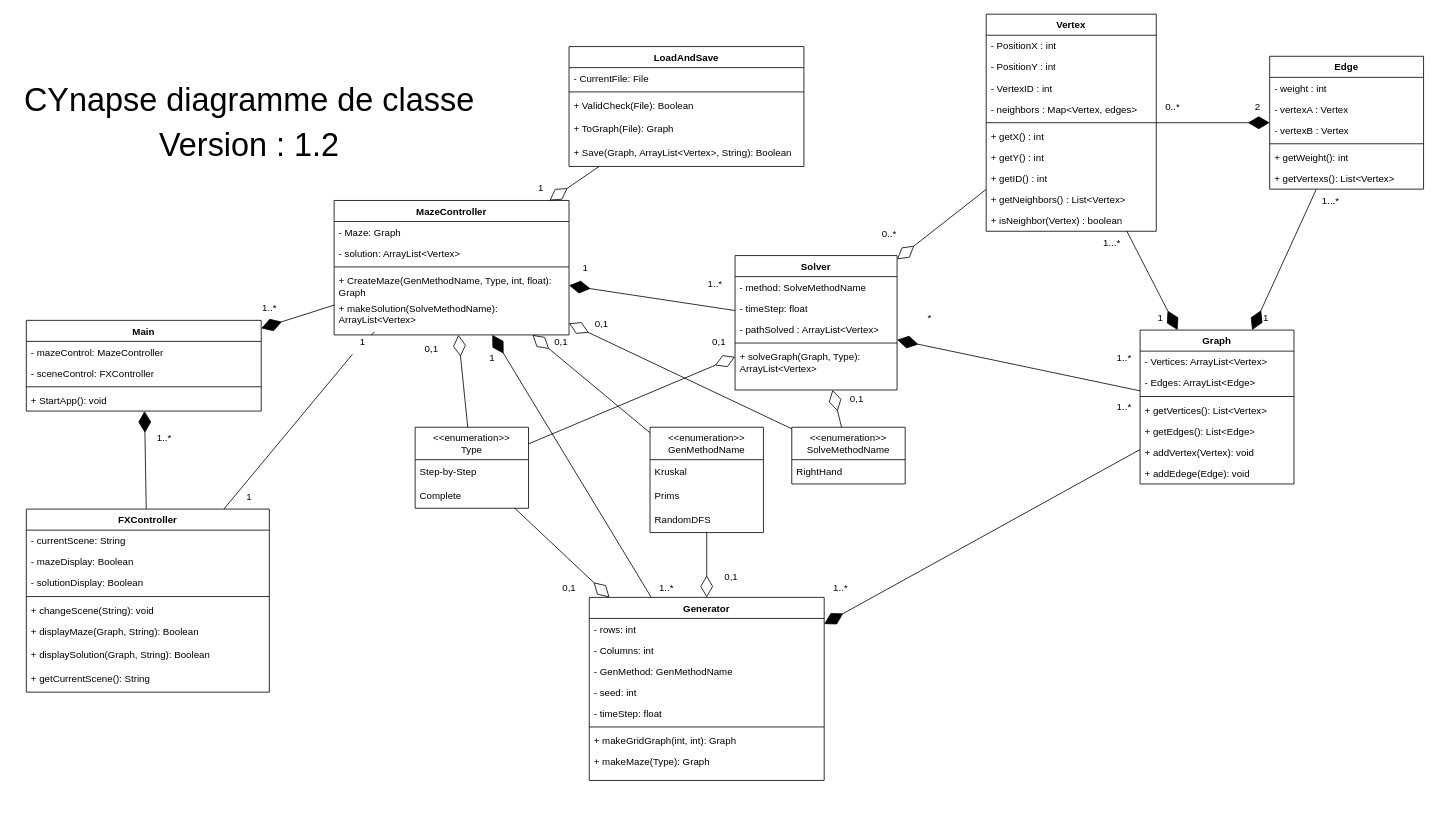
This is drawIoDiagram/Projet_Cynapse_Class_Diagram (1).drawio from Minetriforce/ProjetCynapse-ING1, a draw.io file, before an edit. Source tidied: cells renumbered, new cells numbered last; positions are measured from the earlier drawing's top-left corner, leaving out a move shared by most shapes. Both pictures are drawn from the tidied source at 81%, with x=0, y=0 at pixel (14, 14).
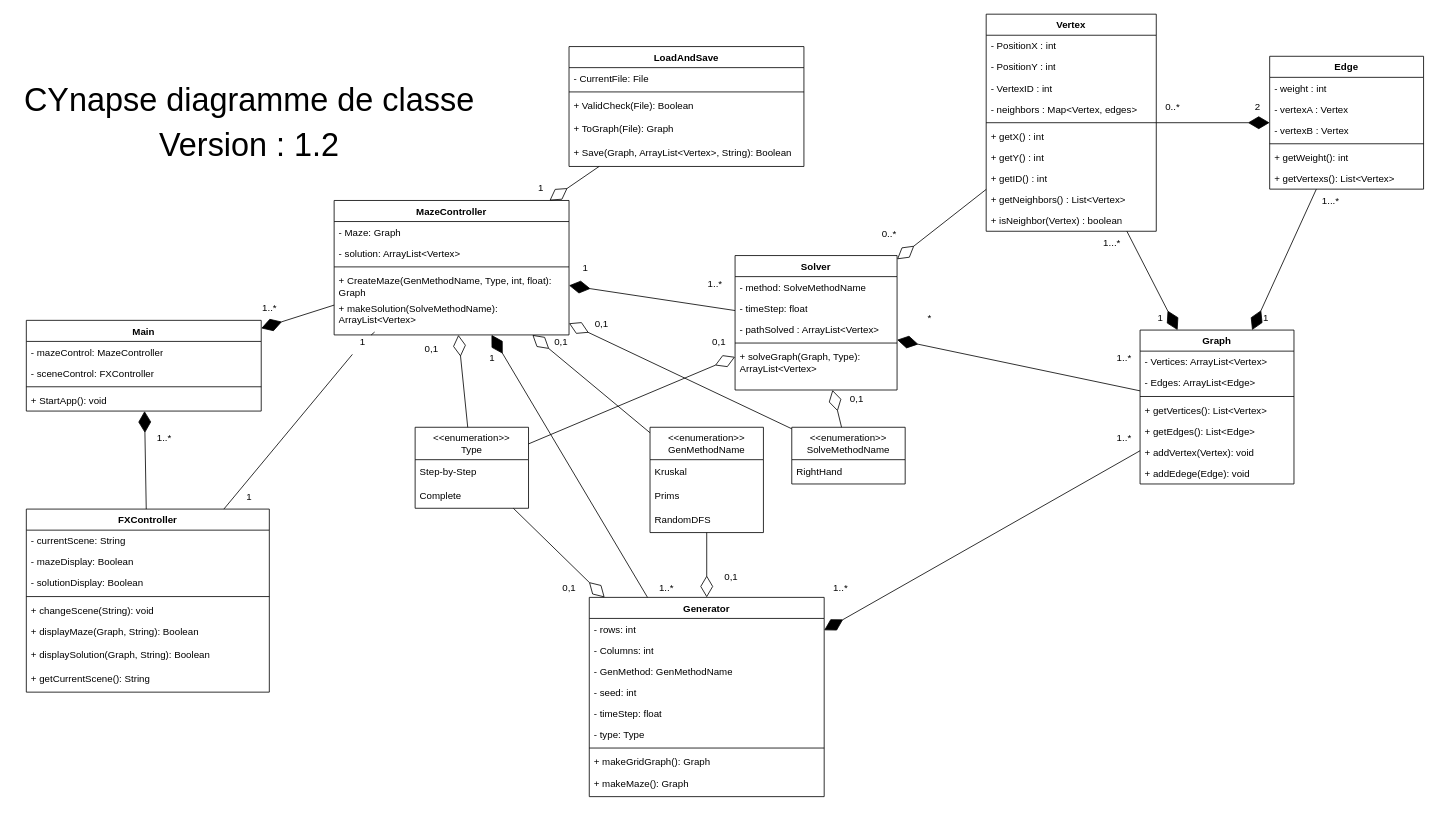
The same diagram, later.

Diff of the diagram source:
```diff
@@
     <mxCell id="35" value="Generator" style="swimlane;fontStyle=1;align=center;verticalAlign=top;horizontal=1;startSize=26;whiteSpace=wrap;html=1;" parent="1" vertex="1">
-      <mxGeometry x="710" y="720" width="290" height="226" as="geometry" />
+      <mxGeometry x="710" y="720" width="290" height="246" as="geometry" />
     </mxCell>
@@
+    <mxCell id="127" value="- type: Type" style="text;strokeColor=none;fillColor=none;align=left;verticalAlign=top;spacingLeft=4;spacingRight=4;overflow=hidden;whiteSpace=wrap;html=1;" parent="35" vertex="1">
+      <mxGeometry y="156" width="290" height="26" as="geometry" />
+    </mxCell>
     <mxCell id="41" style="line;strokeWidth=1;fillColor=none;align=left;verticalAlign=middle;spacingTop=-1;spacingLeft=3;spacingRight=3;labelPosition=right;strokeColor=inherit;" parent="35" vertex="1">
-      <mxGeometry y="156" width="290" height="8" as="geometry" />
+      <mxGeometry y="182" width="290" height="8" as="geometry" />
     </mxCell>
-    <mxCell id="42" value="+ makeGridGraph(int, int): Graph" style="text;strokeColor=none;fillColor=none;align=left;verticalAlign=top;spacingLeft=4;spacingRight=4;overflow=hidden;whiteSpace=wrap;html=1;" parent="35" vertex="1">
-      <mxGeometry y="164" width="290" height="26" as="geometry" />
+    <mxCell id="42" value="+ makeGridGraph(): Graph" style="text;strokeColor=none;fillColor=none;align=left;verticalAlign=top;spacingLeft=4;spacingRight=4;overflow=hidden;whiteSpace=wrap;html=1;" parent="35" vertex="1">
+      <mxGeometry y="190" width="290" height="26" as="geometry" />
     </mxCell>
-    <mxCell id="43" value="+ makeMaze(Type): Graph" style="text;strokeColor=none;fillColor=none;align=left;verticalAlign=top;spacingLeft=4;spacingRight=4;overflow=hidden;whiteSpace=wrap;html=1;" parent="35" vertex="1">
-      <mxGeometry y="190" width="290" height="36" as="geometry" />
+    <mxCell id="43" value="+ makeMaze(): Graph" style="text;strokeColor=none;fillColor=none;align=left;verticalAlign=top;spacingLeft=4;spacingRight=4;overflow=hidden;whiteSpace=wrap;html=1;" parent="35" vertex="1">
+      <mxGeometry y="216" width="290" height="30" as="geometry" />
     </mxCell>
@@
     <mxCell id="58" value="1..*" style="text;html=1;align=center;verticalAlign=middle;strokeColor=none;fillColor=none;" parent="1" vertex="1">
-      <mxGeometry x="1350" y="470" width="40" height="30" as="geometry" />
+      <mxGeometry x="1350" y="508" width="40" height="30" as="geometry" />
     </mxCell>
```
